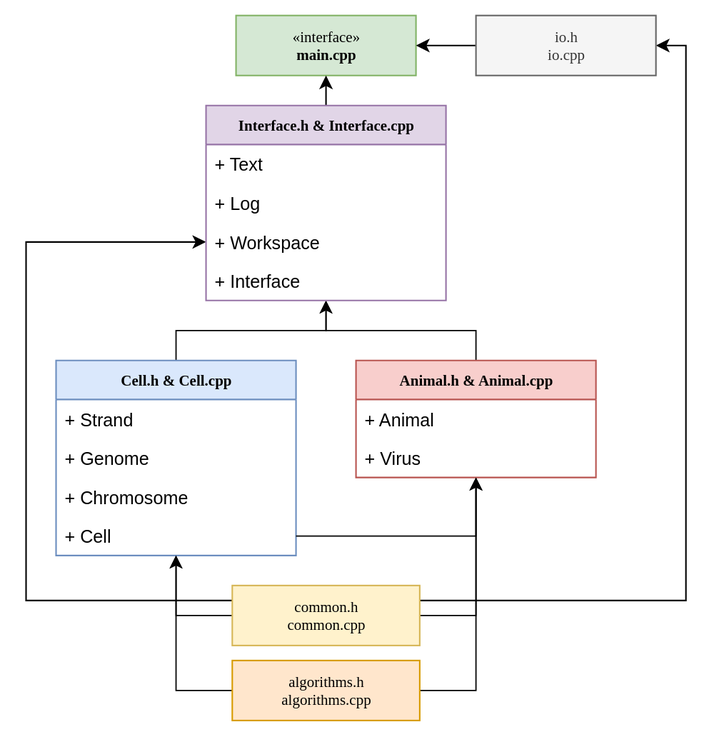
k-forghani/class-of-life keeps this draw.io diagram as schema/modules.drawio.svg. Above is the earlier version. Source tidied: cells renumbered, new cells last; positions are measured from the earlier drawing's top-left corner, leaving out a move shared by most shapes.
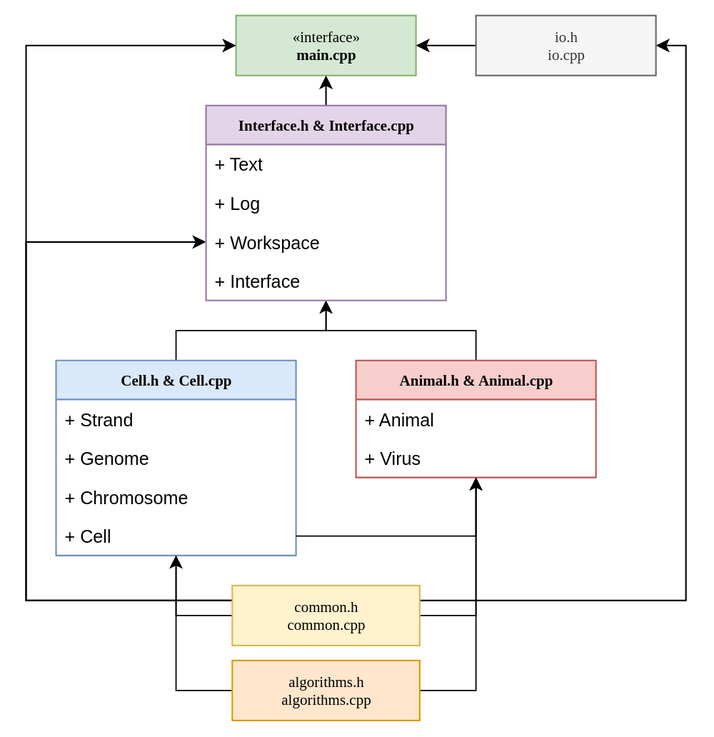
After the commit.

Change to the diagram source:
```diff
@@ -57,6 +57,14 @@
         </Array>
       </mxGeometry>
     </mxCell>
+    <mxCell id="30" style="edgeStyle=orthogonalEdgeStyle;rounded=0;jettySize=auto;html=1;exitX=0;exitY=0.25;exitDx=0;exitDy=0;entryX=0;entryY=0.5;entryDx=0;entryDy=0;" parent="1" edge="1" source="17" target="4">
+      <mxGeometry relative="1" as="geometry">
+        <Array as="points">
+          <mxPoint y="390" />
+          <mxPoint y="20" />
+        </Array>
+      </mxGeometry>
+    </mxCell>
     <mxCell id="17" value="&lt;span style=&quot;font-weight: normal;&quot;&gt;common.h&lt;br&gt;common.cpp&lt;/span&gt;" style="html=1;rounded=0;shadow=0;comic=0;labelBackgroundColor=none;strokeWidth=1;fontFamily=Verdana;fontSize=10;align=center;fillColor=#fff2cc;strokeColor=#d6b656;fontStyle=1;" parent="1" vertex="1">
       <mxGeometry x="137.5" y="380" width="125" height="40" as="geometry" />
     </mxCell>
```
